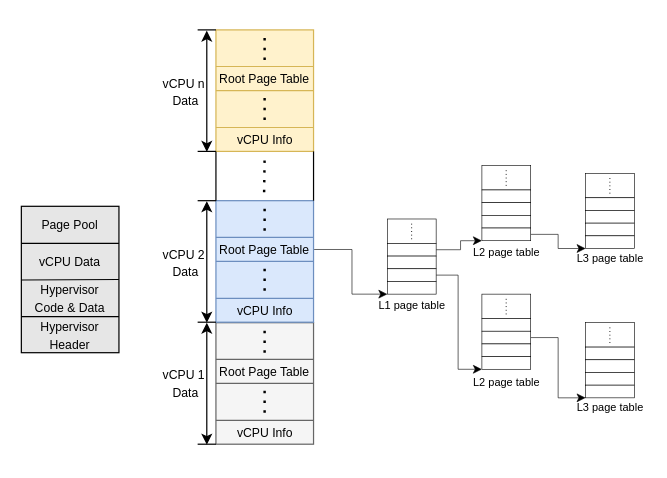
Above: vCPU rootpt.drawio in zhouhaoan/drawios (draw.io), before the change. Source tidied: cells renumbered, new cells numbered last; positions are measured from the earlier drawing's top-left corner, leaving out a move shared by most shapes. Both pictures are drawn from the tidied source at 122%, with x=0, y=0 at pixel (21, 29).
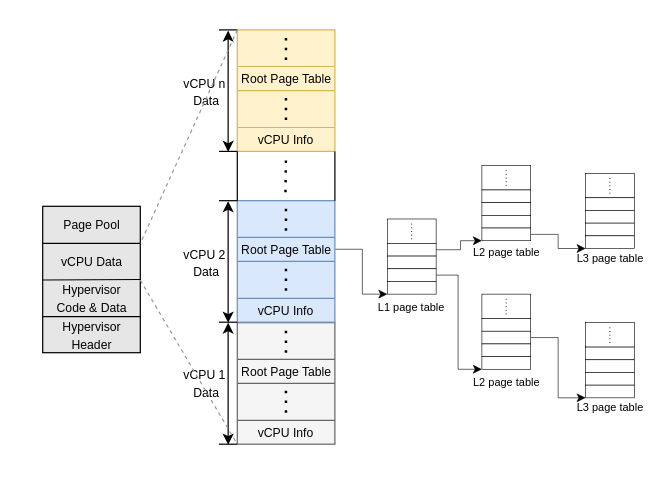
After the change.

Unchanged cells that the change refers to:
```xml
<mxCell id="63" style="rounded=0;whiteSpace=wrap;html=1;strokeWidth=0.5;" parent="1" vertex="1">
  <mxGeometry x="300" y="206.2" width="40" height="10.4" as="geometry" />
</mxCell>
```

Change to the diagram source:
```diff
@@
     <mxCell id="4" style="rounded=0;whiteSpace=wrap;html=1;fillColor=#f5f5f5;fontColor=#333333;strokeColor=#666666;" parent="1" vertex="1">
-      <mxGeometry x="159.5" y="240" width="80" height="99.6" as="geometry" />
+      <mxGeometry x="177" y="240" width="80" height="99.6" as="geometry" />
     </mxCell>
     <mxCell id="5" style="rounded=0;whiteSpace=wrap;html=1;fillColor=#E6E6E6;" parent="1" vertex="1">
-      <mxGeometry y="144.6" width="80" height="120" as="geometry" />
+      <mxGeometry x="17.5" y="144.6" width="80" height="120" as="geometry" />
     </mxCell>
     <mxCell id="6" style="endArrow=none;html=1;rounded=0;entryX=1;entryY=0.75;entryDx=0;entryDy=0;exitX=0;exitY=0.75;exitDx=0;exitDy=0;" parent="1" edge="1">
       <mxGeometry relative="1" as="geometry">
-        <mxPoint y="235" as="sourcePoint" />
-        <mxPoint x="80" y="235" as="targetPoint" />
+        <mxPoint x="17.5" y="235" as="sourcePoint" />
+        <mxPoint x="97.5" y="235" as="targetPoint" />
       </mxGeometry>
     </mxCell>
     <mxCell id="7" value="&lt;font style=&quot;font-size: 10px;&quot;&gt;Hypervisor Header&lt;/font&gt;" style="text;html=1;align=center;verticalAlign=middle;whiteSpace=wrap;rounded=0;" parent="1" vertex="1">
-      <mxGeometry x="10" y="234.6" width="60" height="30" as="geometry" />
+      <mxGeometry x="27.5" y="234.6" width="60" height="30" as="geometry" />
     </mxCell>
     <mxCell id="8" style="endArrow=none;html=1;rounded=0;entryX=1;entryY=0.5;entryDx=0;entryDy=0;" parent="1" edge="1" target="5">
       <mxGeometry relative="1" as="geometry">
-        <mxPoint y="205" as="sourcePoint" />
+        <mxPoint x="17.5" y="205" as="sourcePoint" />
       </mxGeometry>
     </mxCell>
     <mxCell id="9" value="&lt;font style=&quot;font-size: 10px;&quot;&gt;Hypervisor Code &amp;amp; Data&lt;/font&gt;" style="text;html=1;align=center;verticalAlign=middle;whiteSpace=wrap;rounded=0;" parent="1" vertex="1">
-      <mxGeometry x="5" y="204.6" width="70" height="30" as="geometry" />
+      <mxGeometry x="22.5" y="204.6" width="70" height="30" as="geometry" />
     </mxCell>
     <mxCell id="10" value="&lt;font style=&quot;font-size: 10px;&quot;&gt;Page Pool&lt;/font&gt;" style="text;html=1;align=center;verticalAlign=middle;whiteSpace=wrap;rounded=0;" parent="1" vertex="1">
-      <mxGeometry x="10" y="145" width="60" height="30" as="geometry" />
+      <mxGeometry x="27.5" y="145" width="60" height="30" as="geometry" />
     </mxCell>
     <mxCell id="11" style="endArrow=none;html=1;rounded=0;" parent="1" edge="1">
       <mxGeometry relative="1" as="geometry">
-        <mxPoint y="175" as="sourcePoint" />
-        <mxPoint x="80" y="175" as="targetPoint" />
+        <mxPoint x="17.5" y="175" as="sourcePoint" />
+        <mxPoint x="97.5" y="175" as="targetPoint" />
       </mxGeometry>
     </mxCell>
     <mxCell id="12" value="&lt;font style=&quot;font-size: 10px;&quot;&gt;vCPU Data&lt;/font&gt;" style="text;html=1;align=center;verticalAlign=middle;whiteSpace=wrap;rounded=0;" parent="1" vertex="1">
-      <mxGeometry x="10" y="174.6" width="60" height="30" as="geometry" />
+      <mxGeometry x="27.5" y="174.6" width="60" height="30" as="geometry" />
     </mxCell>
     <mxCell id="13" style="endArrow=none;html=1;rounded=0;" parent="1" edge="1" target="4">
       <mxGeometry relative="1" as="geometry">
-        <mxPoint x="159.5" y="319.6" as="sourcePoint" />
+        <mxPoint x="177" y="319.6" as="sourcePoint" />
       </mxGeometry>
     </mxCell>
     <mxCell id="14" style="endArrow=none;html=1;rounded=0;strokeColor=#666666;" parent="1" edge="1">
       <mxGeometry relative="1" as="geometry">
-        <mxPoint x="159.5" y="320" as="sourcePoint" />
-        <mxPoint x="239.5" y="320" as="targetPoint" />
+        <mxPoint x="177" y="320" as="sourcePoint" />
+        <mxPoint x="257" y="320" as="targetPoint" />
       </mxGeometry>
     </mxCell>
     <mxCell id="15" value="&lt;font style=&quot;font-size: 10px;&quot;&gt;vCPU Info&lt;/font&gt;" style="text;html=1;align=center;verticalAlign=middle;whiteSpace=wrap;rounded=0;" parent="1" vertex="1">
-      <mxGeometry x="169.5" y="315" width="60" height="30" as="geometry" />
+      <mxGeometry x="187" y="315" width="60" height="30" as="geometry" />
     </mxCell>
     <mxCell id="16" style="endArrow=none;html=1;rounded=0;" parent="1" edge="1" target="4">
       <mxGeometry relative="1" as="geometry">
-        <mxPoint x="159.5" y="300" as="sourcePoint" />
+        <mxPoint x="177" y="300" as="sourcePoint" />
       </mxGeometry>
     </mxCell>
     <mxCell id="17" value="&lt;font style=&quot;font-size: 10px;&quot;&gt;Root Page Table&lt;/font&gt;" style="text;html=1;align=center;verticalAlign=middle;whiteSpace=wrap;rounded=0;" parent="1" vertex="1">
-      <mxGeometry x="157" y="264.6" width="85" height="30" as="geometry" />
+      <mxGeometry x="174.5" y="264.6" width="85" height="30" as="geometry" />
     </mxCell>
     <mxCell id="18" style="endArrow=none;html=1;rounded=0;strokeColor=#666666;" parent="1" edge="1">
       <mxGeometry relative="1" as="geometry">
-        <mxPoint x="159.5" y="289.7" as="sourcePoint" />
-        <mxPoint x="239.5" y="289.7" as="targetPoint" />
+        <mxPoint x="177" y="289.7" as="sourcePoint" />
+        <mxPoint x="257" y="289.7" as="targetPoint" />
       </mxGeometry>
     </mxCell>
     <mxCell id="19" style="endArrow=none;html=1;rounded=0;strokeColor=#666666;" parent="1" edge="1">
       <mxGeometry relative="1" as="geometry">
-        <mxPoint x="159.5" y="270" as="sourcePoint" />
-        <mxPoint x="239.5" y="270" as="targetPoint" />
+        <mxPoint x="177" y="270" as="sourcePoint" />
+        <mxPoint x="257" y="270" as="targetPoint" />
       </mxGeometry>
     </mxCell>
     <mxCell id="20" style="endArrow=none;dashed=1;html=1;dashPattern=1 3;strokeWidth=2;rounded=0;" parent="1" edge="1">
       <mxGeometry relative="1" as="geometry">
-        <mxPoint x="199.4" y="313.8" as="sourcePoint" />
-        <mxPoint x="199.4" y="294.6" as="targetPoint" />
+        <mxPoint x="216.9" y="313.8" as="sourcePoint" />
+        <mxPoint x="216.9" y="294.6" as="targetPoint" />
       </mxGeometry>
     </mxCell>
     <mxCell id="21" style="endArrow=none;dashed=1;html=1;dashPattern=1 3;strokeWidth=2;rounded=0;" parent="1" edge="1">
       <mxGeometry relative="1" as="geometry">
-        <mxPoint x="199.4" y="264.6" as="sourcePoint" />
-        <mxPoint x="199.4" y="245.4" as="targetPoint" />
+        <mxPoint x="216.9" y="264.6" as="sourcePoint" />
+        <mxPoint x="216.9" y="245.4" as="targetPoint" />
       </mxGeometry>
     </mxCell>
     <mxCell id="22" style="rounded=0;whiteSpace=wrap;html=1;fillColor=#dae8fc;strokeColor=#6c8ebf;" parent="1" vertex="1">
-      <mxGeometry x="159.5" y="140" width="80" height="99.6" as="geometry" />
+      <mxGeometry x="177" y="140" width="80" height="99.6" as="geometry" />
     </mxCell>
     <mxCell id="23" style="endArrow=none;html=1;rounded=0;" parent="1" edge="1" target="22">
       <mxGeometry relative="1" as="geometry">
-        <mxPoint x="159.5" y="219.6" as="sourcePoint" />
+        <mxPoint x="177" y="219.6" as="sourcePoint" />
       </mxGeometry>
     </mxCell>
     <mxCell id="24" style="endArrow=none;html=1;rounded=0;strokeColor=#6c8ebf;" parent="1" edge="1">
       <mxGeometry relative="1" as="geometry">
-        <mxPoint x="159.5" y="220" as="sourcePoint" />
-        <mxPoint x="239.5" y="220" as="targetPoint" />
+        <mxPoint x="177" y="220" as="sourcePoint" />
+        <mxPoint x="257" y="220" as="targetPoint" />
       </mxGeometry>
     </mxCell>
     <mxCell id="25" value="&lt;font style=&quot;font-size: 10px;&quot;&gt;vCPU Info&lt;/font&gt;" style="text;html=1;align=center;verticalAlign=middle;whiteSpace=wrap;rounded=0;" parent="1" vertex="1">
-      <mxGeometry x="169.5" y="215" width="60" height="30" as="geometry" />
+      <mxGeometry x="187" y="215" width="60" height="30" as="geometry" />
     </mxCell>
     <mxCell id="26" style="endArrow=none;html=1;rounded=0;" parent="1" edge="1" target="22">
       <mxGeometry relative="1" as="geometry">
-        <mxPoint x="159.5" y="200" as="sourcePoint" />
+        <mxPoint x="177" y="200" as="sourcePoint" />
       </mxGeometry>
     </mxCell>
-    <mxCell id="27" style="edgeStyle=orthogonalEdgeStyle;rounded=0;jettySize=auto;html=1;entryX=0;entryY=1;entryDx=0;entryDy=0;strokeWidth=0.5;" parent="1" edge="1" target="63">
-      <mxGeometry relative="1" as="geometry">
-        <mxPoint x="240" y="180" as="sourcePoint" />
-        <Array as="points">
-          <mxPoint x="271" y="180" />
-          <mxPoint x="271" y="217" />
-          <mxPoint x="300" y="217" />
-        </Array>
-      </mxGeometry>
-    </mxCell>
+    <mxCell id="94" style="edgeStyle=orthogonalEdgeStyle;rounded=0;jettySize=auto;html=1;entryX=0;entryY=1;entryDx=0;entryDy=0;strokeWidth=0.5;exitX=0.976;exitY=0.508;exitDx=0;exitDy=0;exitPerimeter=0;" parent="1" edge="1" source="28" target="63">
+      <mxGeometry relative="1" as="geometry">
+        <Array as="points">
+          <mxPoint x="279.5" y="180" />
+          <mxPoint x="279.5" y="217" />
+          <mxPoint x="299.5" y="217" />
+        </Array>
+      </mxGeometry>
+    </mxCell>
     <mxCell id="28" value="&lt;font style=&quot;font-size: 10px;&quot;&gt;Root Page Table&lt;/font&gt;" style="text;html=1;align=center;verticalAlign=middle;whiteSpace=wrap;rounded=0;" parent="1" vertex="1">
-      <mxGeometry x="157" y="164.6" width="85" height="30" as="geometry" />
+      <mxGeometry x="174.5" y="164.6" width="85" height="30" as="geometry" />
     </mxCell>
     <mxCell id="29" style="endArrow=none;html=1;rounded=0;strokeColor=#6c8ebf;" parent="1" edge="1">
       <mxGeometry relative="1" as="geometry">
-        <mxPoint x="159.5" y="189.7" as="sourcePoint" />
-        <mxPoint x="239.5" y="189.7" as="targetPoint" />
+        <mxPoint x="177" y="189.7" as="sourcePoint" />
+        <mxPoint x="257" y="189.7" as="targetPoint" />
       </mxGeometry>
     </mxCell>
     <mxCell id="30" style="endArrow=none;html=1;rounded=0;strokeColor=#6c8ebf;" parent="1" edge="1">
       <mxGeometry relative="1" as="geometry">
-        <mxPoint x="159.5" y="170" as="sourcePoint" />
-        <mxPoint x="239.5" y="170" as="targetPoint" />
+        <mxPoint x="177" y="170" as="sourcePoint" />
+        <mxPoint x="257" y="170" as="targetPoint" />
       </mxGeometry>
     </mxCell>
     <mxCell id="31" style="endArrow=none;dashed=1;html=1;dashPattern=1 3;strokeWidth=2;rounded=0;" parent="1" edge="1">
       <mxGeometry relative="1" as="geometry">
-        <mxPoint x="199.4" y="213.8" as="sourcePoint" />
-        <mxPoint x="199.4" y="194.6" as="targetPoint" />
+        <mxPoint x="216.9" y="213.8" as="sourcePoint" />
+        <mxPoint x="216.9" y="194.6" as="targetPoint" />
       </mxGeometry>
     </mxCell>
     <mxCell id="32" style="endArrow=none;dashed=1;html=1;dashPattern=1 3;strokeWidth=2;rounded=0;" parent="1" edge="1">
       <mxGeometry relative="1" as="geometry">
-        <mxPoint x="199.4" y="164.6" as="sourcePoint" />
-        <mxPoint x="199.4" y="145.4" as="targetPoint" />
+        <mxPoint x="216.9" y="164.6" as="sourcePoint" />
+        <mxPoint x="216.9" y="145.4" as="targetPoint" />
       </mxGeometry>
     </mxCell>
     <mxCell id="33" style="rounded=0;whiteSpace=wrap;html=1;fillColor=#fff2cc;strokeColor=#d6b656;" parent="1" vertex="1">
-      <mxGeometry x="159.5" width="80" height="99.6" as="geometry" />
+      <mxGeometry x="177" width="80" height="99.6" as="geometry" />
     </mxCell>
     <mxCell id="34" style="endArrow=none;html=1;rounded=0;" parent="1" edge="1" target="33">
       <mxGeometry relative="1" as="geometry">
-        <mxPoint x="159.5" y="79.6" as="sourcePoint" />
+        <mxPoint x="177" y="79.6" as="sourcePoint" />
       </mxGeometry>
     </mxCell>
     <mxCell id="35" style="endArrow=none;html=1;rounded=0;strokeColor=#d6b656;" parent="1" edge="1">
       <mxGeometry relative="1" as="geometry">
-        <mxPoint x="159.5" y="80" as="sourcePoint" />
-        <mxPoint x="239.5" y="80" as="targetPoint" />
+        <mxPoint x="177" y="80" as="sourcePoint" />
+        <mxPoint x="257" y="80" as="targetPoint" />
       </mxGeometry>
     </mxCell>
     <mxCell id="36" value="&lt;font style=&quot;font-size: 10px;&quot;&gt;vCPU Info&lt;/font&gt;" style="text;html=1;align=center;verticalAlign=middle;whiteSpace=wrap;rounded=0;" parent="1" vertex="1">
-      <mxGeometry x="169.5" y="75" width="60" height="30" as="geometry" />
+      <mxGeometry x="187" y="75" width="60" height="30" as="geometry" />
     </mxCell>
     <mxCell id="37" style="endArrow=none;html=1;rounded=0;" parent="1" edge="1" target="33">
       <mxGeometry relative="1" as="geometry">
-        <mxPoint x="159.5" y="60" as="sourcePoint" />
+        <mxPoint x="177" y="60" as="sourcePoint" />
       </mxGeometry>
     </mxCell>
     <mxCell id="38" value="&lt;font style=&quot;font-size: 10px;&quot;&gt;Root Page Table&lt;/font&gt;" style="text;html=1;align=center;verticalAlign=middle;whiteSpace=wrap;rounded=0;" parent="1" vertex="1">
-      <mxGeometry x="157" y="24.6" width="85" height="30" as="geometry" />
+      <mxGeometry x="174.5" y="24.6" width="85" height="30" as="geometry" />
     </mxCell>
     <mxCell id="39" style="endArrow=none;html=1;rounded=0;strokeColor=#d6b656;" parent="1" edge="1">
       <mxGeometry relative="1" as="geometry">
-        <mxPoint x="159.5" y="49.7" as="sourcePoint" />
-        <mxPoint x="239.5" y="49.7" as="targetPoint" />
+        <mxPoint x="177" y="49.7" as="sourcePoint" />
+        <mxPoint x="257" y="49.7" as="targetPoint" />
       </mxGeometry>
     </mxCell>
     <mxCell id="40" style="endArrow=none;html=1;rounded=0;strokeColor=#d6b656;" parent="1" edge="1">
       <mxGeometry relative="1" as="geometry">
-        <mxPoint x="159.5" y="30" as="sourcePoint" />
-        <mxPoint x="239.5" y="30" as="targetPoint" />
+        <mxPoint x="177" y="30" as="sourcePoint" />
+        <mxPoint x="257" y="30" as="targetPoint" />
       </mxGeometry>
     </mxCell>
     <mxCell id="41" style="endArrow=none;dashed=1;html=1;dashPattern=1 3;strokeWidth=2;rounded=0;" parent="1" edge="1">
       <mxGeometry relative="1" as="geometry">
-        <mxPoint x="199.4" y="73.8" as="sourcePoint" />
-        <mxPoint x="199.4" y="54.6" as="targetPoint" />
+        <mxPoint x="216.9" y="73.8" as="sourcePoint" />
+        <mxPoint x="216.9" y="54.6" as="targetPoint" />
       </mxGeometry>
     </mxCell>
     <mxCell id="42" style="endArrow=none;dashed=1;html=1;dashPattern=1 3;strokeWidth=2;rounded=0;" parent="1" edge="1">
       <mxGeometry relative="1" as="geometry">
-        <mxPoint x="199.4" y="24.6" as="sourcePoint" />
-        <mxPoint x="199.4" y="5.4" as="targetPoint" />
+        <mxPoint x="216.9" y="24.6" as="sourcePoint" />
+        <mxPoint x="216.9" y="5.4" as="targetPoint" />
       </mxGeometry>
     </mxCell>
     <mxCell id="43" style="endArrow=none;dashed=1;html=1;dashPattern=1 3;strokeWidth=2;rounded=0;" parent="1" edge="1">
       <mxGeometry relative="1" as="geometry">
-        <mxPoint x="199" y="133" as="sourcePoint" />
-        <mxPoint x="199.4" y="103" as="targetPoint" />
+        <mxPoint x="216.5" y="133" as="sourcePoint" />
+        <mxPoint x="216.9" y="103" as="targetPoint" />
       </mxGeometry>
     </mxCell>
     <mxCell id="44" style="endArrow=none;html=1;rounded=0;entryX=0;entryY=1;entryDx=0;entryDy=0;" parent="1" edge="1" target="33">
       <mxGeometry relative="1" as="geometry">
-        <mxPoint x="159.5" y="140" as="sourcePoint" />
+        <mxPoint x="177" y="140" as="sourcePoint" />
       </mxGeometry>
     </mxCell>
@@
     <mxCell id="46" style="endArrow=classic;startArrow=classic;html=1;rounded=0;strokeWidth=1;" parent="1" edge="1">
       <mxGeometry relative="1" as="geometry">
-        <mxPoint x="152" y="340" as="sourcePoint" />
-        <mxPoint x="152" y="240" as="targetPoint" />
+        <mxPoint x="169.5" y="340" as="sourcePoint" />
+        <mxPoint x="169.5" y="240" as="targetPoint" />
       </mxGeometry>
     </mxCell>
@@
     <mxCell id="48" style="endArrow=classic;startArrow=classic;html=1;rounded=0;strokeWidth=1;" parent="1" edge="1">
       <mxGeometry relative="1" as="geometry">
-        <mxPoint x="152" y="240" as="sourcePoint" />
-        <mxPoint x="152" y="140.4" as="targetPoint" />
+        <mxPoint x="169.5" y="240" as="sourcePoint" />
+        <mxPoint x="169.5" y="140.4" as="targetPoint" />
       </mxGeometry>
     </mxCell>
@@
     <mxCell id="50" style="endArrow=classic;startArrow=classic;html=1;rounded=0;strokeWidth=1;" parent="1" edge="1">
       <mxGeometry relative="1" as="geometry">
-        <mxPoint x="152" y="100" as="sourcePoint" />
-        <mxPoint x="152" y="0.6" as="targetPoint" />
+        <mxPoint x="169.5" y="100" as="sourcePoint" />
+        <mxPoint x="169.5" y="0.6" as="targetPoint" />
       </mxGeometry>
     </mxCell>
@@
     <mxCell id="52" style="endArrow=none;html=1;rounded=0;" parent="1" edge="1">
       <mxGeometry relative="1" as="geometry">
-        <mxPoint x="144.5" as="sourcePoint" />
-        <mxPoint x="159.5" as="targetPoint" />
+        <mxPoint x="162" as="sourcePoint" />
+        <mxPoint x="177" as="targetPoint" />
       </mxGeometry>
     </mxCell>
     <mxCell id="53" style="endArrow=none;html=1;rounded=0;" parent="1" edge="1">
       <mxGeometry relative="1" as="geometry">
-        <mxPoint x="144.5" y="140" as="sourcePoint" />
-        <mxPoint x="159.5" y="140" as="targetPoint" />
+        <mxPoint x="162" y="140" as="sourcePoint" />
+        <mxPoint x="177" y="140" as="targetPoint" />
       </mxGeometry>
     </mxCell>
     <mxCell id="54" style="endArrow=none;html=1;rounded=0;" parent="1" edge="1">
       <mxGeometry relative="1" as="geometry">
-        <mxPoint x="144.5" y="99.6" as="sourcePoint" />
-        <mxPoint x="159.5" y="99.6" as="targetPoint" />
+        <mxPoint x="162" y="99.6" as="sourcePoint" />
+        <mxPoint x="177" y="99.6" as="targetPoint" />
       </mxGeometry>
     </mxCell>
     <mxCell id="55" style="endArrow=none;html=1;rounded=0;" parent="1" edge="1">
       <mxGeometry relative="1" as="geometry">
-        <mxPoint x="144.5" y="239.6" as="sourcePoint" />
-        <mxPoint x="159.5" y="239.6" as="targetPoint" />
+        <mxPoint x="162" y="239.6" as="sourcePoint" />
+        <mxPoint x="177" y="239.6" as="targetPoint" />
       </mxGeometry>
     </mxCell>
     <mxCell id="56" style="endArrow=none;html=1;rounded=0;" parent="1" edge="1">
       <mxGeometry relative="1" as="geometry">
-        <mxPoint x="144.5" y="339.6" as="sourcePoint" />
-        <mxPoint x="159.5" y="339.6" as="targetPoint" />
+        <mxPoint x="162" y="339.6" as="sourcePoint" />
+        <mxPoint x="177" y="339.6" as="targetPoint" />
       </mxGeometry>
     </mxCell>
@@
     <mxCell id="65" value="&lt;font style=&quot;font-size: 9px;&quot;&gt;L1 page table&lt;/font&gt;" style="text;html=1;align=center;verticalAlign=middle;whiteSpace=wrap;rounded=0;" parent="1" vertex="1">
-      <mxGeometry x="277.5" y="209.6" width="85" height="30" as="geometry" />
+      <mxGeometry x="290" y="221.8" width="60" height="9.6" as="geometry" />
     </mxCell>
@@
+    <mxCell id="95" style="endArrow=none;dashed=1;html=1;rounded=0;entryX=0;entryY=1;entryDx=0;entryDy=0;strokeColor=#999999;" parent="1" edge="1" target="4">
+      <mxGeometry relative="1" as="geometry">
+        <mxPoint x="97.5" y="205.2" as="sourcePoint" />
+      </mxGeometry>
+    </mxCell>
+    <mxCell id="96" style="endArrow=none;dashed=1;html=1;rounded=0;strokeColor=#999999;exitX=0;exitY=0;exitDx=0;exitDy=0;" parent="1" edge="1" source="33">
+      <mxGeometry relative="1" as="geometry">
+        <mxPoint x="97.5" y="175" as="targetPoint" />
+      </mxGeometry>
+    </mxCell>
```
